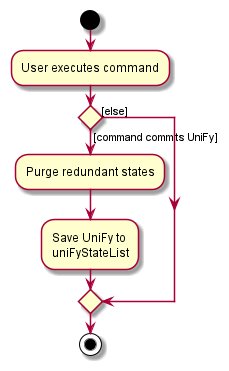
Before: docs/images/CommitActivityDiagram.png, a diagram exported from PlantUML (nus-cs2103-AY2122S1/tp).
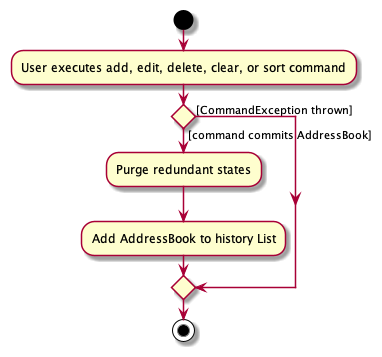
After the commit.

Change to the diagram source:
```diff
@@ -1,13 +1,12 @@
 @startuml
 start
-:User executes command;
+:User executes add, edit, delete, clear, or sort command;
 
 
-if () then ([command commits UniFy])
+if () then ([command commits AddressBook])
     :Purge redundant states;
-    :Save UniFy to
-    uniFyStateList;
-else ([else])
+    :Add AddressBook to history List;
+else ([CommandException thrown])
 endif
 stop
 @enduml
```
